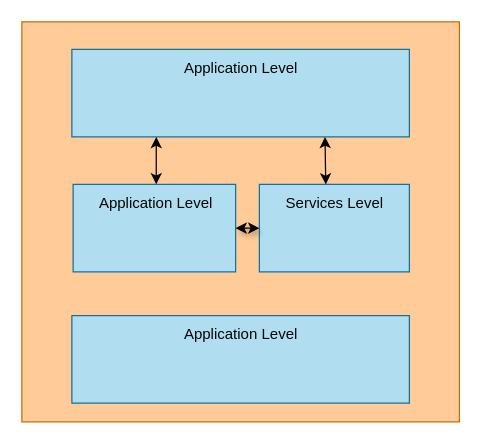
Earlier version of the draw.io diagram arq.drawio (ViniciusMonaretto/TitaniumServer). Source tidied: cells renumbered, new cells numbered last; positions are measured from the earlier drawing's top-left corner, leaving out a move shared by most shapes. Both pictures are drawn from the tidied source at 125%, with x=0, y=0 at pixel (21, 21).
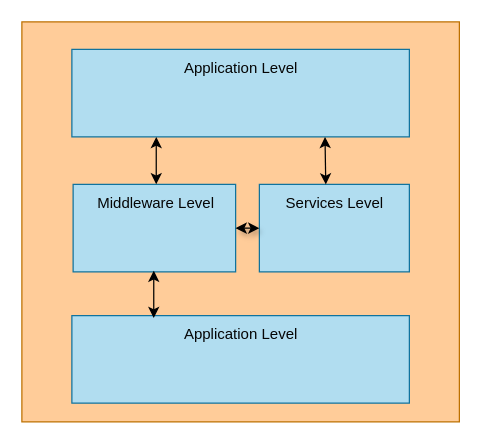
The same page after the edit.

The edit, as a diff of the source:
```diff
@@
 <mxGraphModel>
   <root>
     <mxCell id="0" />
     <mxCell id="1" parent="0" />
     <mxCell id="2" style="rounded=0;whiteSpace=wrap;html=1;fillColor=#FFCC99;fontColor=#000000;strokeColor=#BD7000;" parent="1" vertex="1">
       <mxGeometry width="350" height="320" as="geometry" />
     </mxCell>
     <mxCell id="3" style="rounded=0;whiteSpace=wrap;html=1;fillColor=#b1ddf0;strokeColor=#10739e;" parent="1" vertex="1">
       <mxGeometry x="40" y="22" width="270" height="70" as="geometry" />
     </mxCell>
     <mxCell id="4" value="&lt;font color=&quot;#050505&quot;&gt;Application Level&lt;/font&gt;" style="text;html=1;align=center;verticalAlign=middle;whiteSpace=wrap;rounded=0;" parent="1" vertex="1">
       <mxGeometry x="112.5" y="22" width="125" height="30" as="geometry" />
     </mxCell>
     <mxCell id="5" style="rounded=0;whiteSpace=wrap;html=1;fillColor=#b1ddf0;strokeColor=#10739e;" parent="1" vertex="1">
       <mxGeometry x="190" y="130" width="120" height="70" as="geometry" />
     </mxCell>
     <mxCell id="6" value="&lt;font color=&quot;#050505&quot;&gt;Services Level&lt;/font&gt;" style="text;html=1;align=center;verticalAlign=middle;whiteSpace=wrap;rounded=0;" parent="1" vertex="1">
       <mxGeometry x="187.5" y="130" width="125" height="30" as="geometry" />
     </mxCell>
     <mxCell id="7" style="rounded=0;whiteSpace=wrap;html=1;fillColor=#b1ddf0;strokeColor=#10739e;" parent="1" vertex="1">
       <mxGeometry x="41" y="130" width="130" height="70" as="geometry" />
     </mxCell>
-    <mxCell id="8" value="&lt;font color=&quot;#050505&quot;&gt;Application Level&lt;/font&gt;" style="text;html=1;align=center;verticalAlign=middle;whiteSpace=wrap;rounded=0;" parent="1" vertex="1">
+    <mxCell id="8" value="&lt;font color=&quot;#050505&quot;&gt;Middleware Level&lt;/font&gt;" style="text;html=1;align=center;verticalAlign=middle;whiteSpace=wrap;rounded=0;" parent="1" vertex="1">
       <mxGeometry x="45" y="130" width="125" height="30" as="geometry" />
     </mxCell>
     <mxCell id="9" style="rounded=0;whiteSpace=wrap;html=1;fillColor=#b1ddf0;strokeColor=#10739e;" parent="1" vertex="1">
       <mxGeometry x="40" y="235" width="270" height="70" as="geometry" />
     </mxCell>
     <mxCell id="10" value="&lt;font color=&quot;#050505&quot;&gt;Application Level&lt;/font&gt;" style="text;html=1;align=center;verticalAlign=middle;whiteSpace=wrap;rounded=0;" parent="1" vertex="1">
       <mxGeometry x="112.5" y="235" width="125" height="30" as="geometry" />
     </mxCell>
     <mxCell id="11" style="endArrow=classic;startArrow=classic;html=1;fontColor=#050505;exitX=0.25;exitY=1;exitDx=0;exitDy=0;entryX=0.5;entryY=0;entryDx=0;entryDy=0;" parent="1" edge="1" source="3" target="8">
       <mxGeometry relative="1" as="geometry" />
     </mxCell>
     <mxCell id="12" style="endArrow=classic;startArrow=classic;html=1;fontColor=#050505;entryX=0.75;entryY=1;entryDx=0;entryDy=0;exitX=0.445;exitY=0.001;exitDx=0;exitDy=0;exitPerimeter=0;" parent="1" edge="1" source="6" target="3">
       <mxGeometry relative="1" as="geometry" />
     </mxCell>
     <mxCell id="13" style="endArrow=classic;startArrow=classic;html=1;fontColor=#050505;entryX=0;entryY=0.5;entryDx=0;entryDy=0;exitX=1;exitY=0.5;exitDx=0;exitDy=0;shadow=1;" parent="1" edge="1" source="7" target="5">
       <mxGeometry relative="1" as="geometry" />
     </mxCell>
+    <mxCell id="14" style="endArrow=classic;startArrow=classic;html=1;fontColor=#050505;exitX=0.25;exitY=1;exitDx=0;exitDy=0;entryX=0.5;entryY=0;entryDx=0;entryDy=0;" parent="1" edge="1">
+      <mxGeometry relative="1" as="geometry">
+        <mxPoint x="105.5" y="199" as="sourcePoint" />
+        <mxPoint x="105.5" y="237" as="targetPoint" />
+      </mxGeometry>
+    </mxCell>
   </root>
 </mxGraphModel>
```
